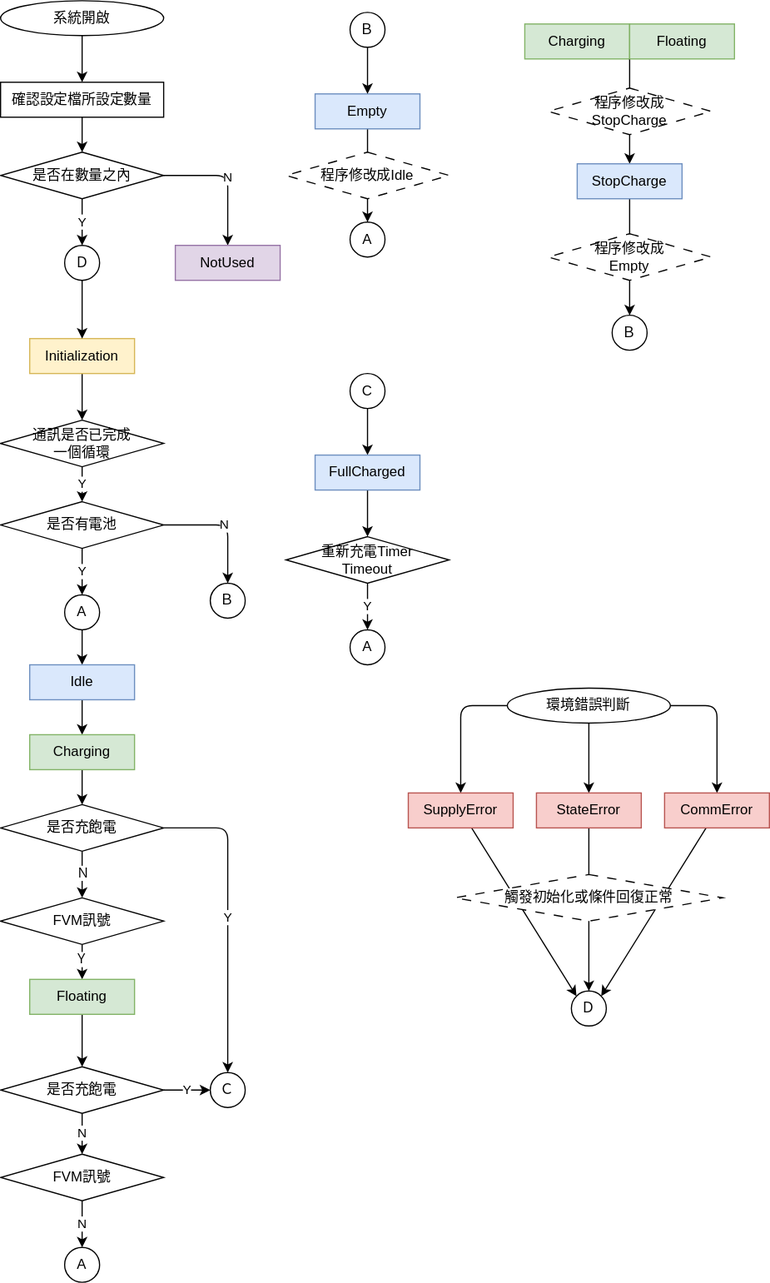
The draw.io diagram ChargerControlApp/Pictures/FlowChart/SlotStateMachineFlowChart.drawio.svg in isalan06/ChargerControlApp, before a commit. Source tidied: cells renumbered, new cells last; positions are measured from the earlier drawing's top-left corner, leaving out a move shared by most shapes. Its diagram source:
```xml
<mxGraphModel>
  <root>
    <mxCell id="0" />
    <mxCell id="1" parent="0" />
    <mxCell id="2" style="edgeStyle=none;html=1;entryX=0.5;entryY=0;entryDx=0;entryDy=0;" parent="1" edge="1" source="3" target="5">
      <mxGeometry relative="1" as="geometry" />
    </mxCell>
    <mxCell id="3" value="系統開啟" style="ellipse;whiteSpace=wrap;html=1;" parent="1" vertex="1">
      <mxGeometry width="140" height="30" as="geometry" />
    </mxCell>
    <mxCell id="4" style="edgeStyle=none;html=1;entryX=0.5;entryY=0;entryDx=0;entryDy=0;" parent="1" edge="1" source="5" target="8">
      <mxGeometry relative="1" as="geometry" />
    </mxCell>
    <mxCell id="5" value="確認設定檔所設定數量" style="rounded=0;whiteSpace=wrap;html=1;" parent="1" vertex="1">
      <mxGeometry y="70" width="140" height="30" as="geometry" />
    </mxCell>
    <mxCell id="6" value="N" style="edgeStyle=none;html=1;entryX=0.5;entryY=0;entryDx=0;entryDy=0;exitX=1;exitY=0.5;exitDx=0;exitDy=0;" parent="1" edge="1" source="8" target="11">
      <mxGeometry relative="1" as="geometry">
        <Array as="points">
          <mxPoint x="195" y="150" />
        </Array>
      </mxGeometry>
    </mxCell>
    <mxCell id="7" value="Y" style="edgeStyle=none;html=1;entryX=0.5;entryY=0;entryDx=0;entryDy=0;" parent="1" edge="1" source="8" target="73">
      <mxGeometry relative="1" as="geometry" />
    </mxCell>
    <mxCell id="8" value="是否在數量之內" style="rhombus;whiteSpace=wrap;html=1;" parent="1" vertex="1">
      <mxGeometry y="130" width="140" height="40" as="geometry" />
    </mxCell>
    <mxCell id="9" style="edgeStyle=none;html=1;" parent="1" edge="1" source="10" target="13">
      <mxGeometry relative="1" as="geometry" />
    </mxCell>
    <mxCell id="10" value="Initialization" style="rounded=0;whiteSpace=wrap;html=1;fillColor=#fff2cc;strokeColor=#d6b656;" parent="1" vertex="1">
      <mxGeometry x="25" y="290" width="90" height="30" as="geometry" />
    </mxCell>
    <mxCell id="11" value="NotUsed" style="rounded=0;whiteSpace=wrap;html=1;fillColor=#e1d5e7;strokeColor=#9673a6;" parent="1" vertex="1">
      <mxGeometry x="150" y="210" width="90" height="30" as="geometry" />
    </mxCell>
    <mxCell id="12" value="Y" style="edgeStyle=none;html=1;" parent="1" edge="1" source="13" target="16">
      <mxGeometry relative="1" as="geometry" />
    </mxCell>
    <mxCell id="13" value="通訊是否已完成&lt;div&gt;一個循環&lt;/div&gt;" style="rhombus;whiteSpace=wrap;html=1;" parent="1" vertex="1">
      <mxGeometry y="360" width="140" height="40" as="geometry" />
    </mxCell>
    <mxCell id="14" value="Y" style="edgeStyle=none;html=1;" parent="1" edge="1" source="16" target="18">
      <mxGeometry relative="1" as="geometry" />
    </mxCell>
    <mxCell id="15" value="N" style="edgeStyle=none;html=1;entryX=0.5;entryY=0;entryDx=0;entryDy=0;exitX=1;exitY=0.5;exitDx=0;exitDy=0;" parent="1" edge="1" source="16" target="21">
      <mxGeometry relative="1" as="geometry">
        <Array as="points">
          <mxPoint x="195" y="450" />
        </Array>
      </mxGeometry>
    </mxCell>
    <mxCell id="16" value="是否有電池" style="rhombus;whiteSpace=wrap;html=1;" parent="1" vertex="1">
      <mxGeometry y="430" width="140" height="40" as="geometry" />
    </mxCell>
    <mxCell id="17" style="edgeStyle=none;html=1;" parent="1" edge="1" source="18" target="20">
      <mxGeometry relative="1" as="geometry" />
    </mxCell>
    <mxCell id="18" value="A" style="ellipse;whiteSpace=wrap;html=1;" parent="1" vertex="1">
      <mxGeometry x="55" y="510" width="30" height="30" as="geometry" />
    </mxCell>
    <mxCell id="19" style="edgeStyle=none;html=1;" parent="1" edge="1" source="20" target="29">
      <mxGeometry relative="1" as="geometry" />
    </mxCell>
    <mxCell id="20" value="Idle" style="rounded=0;whiteSpace=wrap;html=1;fillColor=#dae8fc;strokeColor=#6c8ebf;" parent="1" vertex="1">
      <mxGeometry x="25" y="570" width="90" height="30" as="geometry" />
    </mxCell>
    <mxCell id="21" value="Ｂ" style="ellipse;whiteSpace=wrap;html=1;" parent="1" vertex="1">
      <mxGeometry x="180" y="500" width="30" height="30" as="geometry" />
    </mxCell>
    <mxCell id="22" style="edgeStyle=none;html=1;entryX=0.5;entryY=0;entryDx=0;entryDy=0;" parent="1" edge="1" source="23" target="26">
      <mxGeometry relative="1" as="geometry" />
    </mxCell>
    <mxCell id="23" value="Empty" style="rounded=0;whiteSpace=wrap;html=1;fillColor=#dae8fc;strokeColor=#6c8ebf;" parent="1" vertex="1">
      <mxGeometry x="270" y="80" width="90" height="30" as="geometry" />
    </mxCell>
    <mxCell id="24" style="edgeStyle=none;html=1;" parent="1" edge="1" source="25" target="23">
      <mxGeometry relative="1" as="geometry" />
    </mxCell>
    <mxCell id="25" value="Ｂ" style="ellipse;whiteSpace=wrap;html=1;" parent="1" vertex="1">
      <mxGeometry x="300" y="10" width="30" height="30" as="geometry" />
    </mxCell>
    <mxCell id="26" value="A" style="ellipse;whiteSpace=wrap;html=1;" parent="1" vertex="1">
      <mxGeometry x="300" y="190" width="30" height="30" as="geometry" />
    </mxCell>
    <mxCell id="27" value="程序修改成Idle" style="rhombus;whiteSpace=wrap;html=1;dashed=1;dashPattern=8 8;" parent="1" vertex="1">
      <mxGeometry x="245" y="130" width="140" height="40" as="geometry" />
    </mxCell>
    <mxCell id="28" style="edgeStyle=none;html=1;entryX=0.5;entryY=0;entryDx=0;entryDy=0;" parent="1" edge="1" source="29" target="38">
      <mxGeometry relative="1" as="geometry" />
    </mxCell>
    <mxCell id="29" value="Charging" style="rounded=0;whiteSpace=wrap;html=1;fillColor=#d5e8d4;strokeColor=#82b366;" parent="1" vertex="1">
      <mxGeometry x="25" y="630" width="90" height="30" as="geometry" />
    </mxCell>
    <mxCell id="30" style="edgeStyle=none;html=1;" parent="1" edge="1" source="32" target="34">
      <mxGeometry relative="1" as="geometry" />
    </mxCell>
    <mxCell id="31" value="Ｙ" style="edgeLabel;html=1;align=center;verticalAlign=middle;" parent="30" vertex="1">
      <mxGeometry x="-0.2" y="-2" relative="1" as="geometry" />
    </mxCell>
    <mxCell id="32" value="FVM訊號" style="rhombus;whiteSpace=wrap;html=1;" parent="1" vertex="1">
      <mxGeometry y="770" width="140" height="40" as="geometry" />
    </mxCell>
    <mxCell id="33" style="edgeStyle=none;html=1;" parent="1" edge="1" source="34" target="42">
      <mxGeometry relative="1" as="geometry" />
    </mxCell>
    <mxCell id="34" value="Floating" style="rounded=0;whiteSpace=wrap;html=1;fillColor=#d5e8d4;strokeColor=#82b366;" parent="1" vertex="1">
      <mxGeometry x="25" y="840" width="90" height="30" as="geometry" />
    </mxCell>
    <mxCell id="35" style="edgeStyle=none;html=1;entryX=0.5;entryY=0;entryDx=0;entryDy=0;" parent="1" edge="1" source="38" target="32">
      <mxGeometry relative="1" as="geometry" />
    </mxCell>
    <mxCell id="36" value="Ｎ" style="edgeLabel;html=1;align=center;verticalAlign=middle;" parent="35" vertex="1">
      <mxGeometry x="-0.05" relative="1" as="geometry" />
    </mxCell>
    <mxCell id="37" value="Y" style="edgeStyle=none;html=1;entryX=0.5;entryY=0;entryDx=0;entryDy=0;exitX=1;exitY=0.5;exitDx=0;exitDy=0;" parent="1" edge="1" source="38" target="39">
      <mxGeometry relative="1" as="geometry">
        <Array as="points">
          <mxPoint x="195" y="710" />
        </Array>
      </mxGeometry>
    </mxCell>
    <mxCell id="38" value="是否充飽電" style="rhombus;whiteSpace=wrap;html=1;" parent="1" vertex="1">
      <mxGeometry y="690" width="140" height="40" as="geometry" />
    </mxCell>
    <mxCell id="39" value="Ｃ" style="ellipse;whiteSpace=wrap;html=1;" parent="1" vertex="1">
      <mxGeometry x="180" y="920" width="30" height="30" as="geometry" />
    </mxCell>
    <mxCell id="40" value="Y" style="edgeStyle=none;html=1;" parent="1" edge="1" source="42" target="39">
      <mxGeometry relative="1" as="geometry" />
    </mxCell>
    <mxCell id="41" value="N" style="edgeStyle=none;html=1;" parent="1" edge="1" source="42" target="44">
      <mxGeometry relative="1" as="geometry" />
    </mxCell>
    <mxCell id="42" value="是否充飽電" style="rhombus;whiteSpace=wrap;html=1;" parent="1" vertex="1">
      <mxGeometry y="915" width="140" height="40" as="geometry" />
    </mxCell>
    <mxCell id="43" value="N" style="edgeStyle=none;html=1;" parent="1" edge="1" source="44" target="45">
      <mxGeometry relative="1" as="geometry" />
    </mxCell>
    <mxCell id="44" value="FVM訊號" style="rhombus;whiteSpace=wrap;html=1;" parent="1" vertex="1">
      <mxGeometry y="990" width="140" height="40" as="geometry" />
    </mxCell>
    <mxCell id="45" value="A" style="ellipse;whiteSpace=wrap;html=1;" parent="1" vertex="1">
      <mxGeometry x="55" y="1070" width="30" height="30" as="geometry" />
    </mxCell>
    <mxCell id="46" value="Charging" style="rounded=0;whiteSpace=wrap;html=1;fillColor=#d5e8d4;strokeColor=#82b366;" parent="1" vertex="1">
      <mxGeometry x="450" y="20" width="90" height="30" as="geometry" />
    </mxCell>
    <mxCell id="47" style="edgeStyle=none;html=1;exitX=0;exitY=1;exitDx=0;exitDy=0;" parent="1" edge="1" source="48" target="51">
      <mxGeometry relative="1" as="geometry" />
    </mxCell>
    <mxCell id="48" value="Floating" style="rounded=0;whiteSpace=wrap;html=1;fillColor=#d5e8d4;strokeColor=#82b366;" parent="1" vertex="1">
      <mxGeometry x="540" y="20" width="90" height="30" as="geometry" />
    </mxCell>
    <mxCell id="49" value="程序修改成&lt;div&gt;StopCharge&lt;/div&gt;" style="rhombus;whiteSpace=wrap;html=1;dashed=1;dashPattern=8 8;" parent="1" vertex="1">
      <mxGeometry x="470" y="75" width="140" height="40" as="geometry" />
    </mxCell>
    <mxCell id="50" style="edgeStyle=none;html=1;" parent="1" edge="1" source="51" target="53">
      <mxGeometry relative="1" as="geometry" />
    </mxCell>
    <mxCell id="51" value="StopCharge" style="rounded=0;whiteSpace=wrap;html=1;fillColor=#dae8fc;strokeColor=#6c8ebf;" parent="1" vertex="1">
      <mxGeometry x="495" y="140" width="90" height="30" as="geometry" />
    </mxCell>
    <mxCell id="52" value="程序修改成&lt;div&gt;Empty&lt;/div&gt;" style="rhombus;whiteSpace=wrap;html=1;dashed=1;dashPattern=8 8;" parent="1" vertex="1">
      <mxGeometry x="470" y="200" width="140" height="40" as="geometry" />
    </mxCell>
    <mxCell id="53" value="Ｂ" style="ellipse;whiteSpace=wrap;html=1;" parent="1" vertex="1">
      <mxGeometry x="525" y="270" width="30" height="30" as="geometry" />
    </mxCell>
    <mxCell id="54" style="edgeStyle=none;html=1;" parent="1" edge="1" source="55" target="57">
      <mxGeometry relative="1" as="geometry" />
    </mxCell>
    <mxCell id="55" value="C" style="ellipse;whiteSpace=wrap;html=1;" parent="1" vertex="1">
      <mxGeometry x="300" y="320" width="30" height="30" as="geometry" />
    </mxCell>
    <mxCell id="56" style="edgeStyle=none;html=1;" parent="1" edge="1" source="57" target="59">
      <mxGeometry relative="1" as="geometry" />
    </mxCell>
    <mxCell id="57" value="FullCharged" style="rounded=0;whiteSpace=wrap;html=1;fillColor=#dae8fc;strokeColor=#6c8ebf;" parent="1" vertex="1">
      <mxGeometry x="270" y="390" width="90" height="30" as="geometry" />
    </mxCell>
    <mxCell id="58" value="Y" style="edgeStyle=none;html=1;" parent="1" edge="1" source="59" target="60">
      <mxGeometry relative="1" as="geometry" />
    </mxCell>
    <mxCell id="59" value="重新充電Timer&lt;div&gt;Timeout&lt;/div&gt;" style="rhombus;whiteSpace=wrap;html=1;" parent="1" vertex="1">
      <mxGeometry x="245" y="460" width="140" height="40" as="geometry" />
    </mxCell>
    <mxCell id="60" value="A" style="ellipse;whiteSpace=wrap;html=1;" parent="1" vertex="1">
      <mxGeometry x="300" y="540" width="30" height="30" as="geometry" />
    </mxCell>
    <mxCell id="61" style="edgeStyle=none;html=1;entryX=0.5;entryY=0;entryDx=0;entryDy=0;exitX=0;exitY=0.5;exitDx=0;exitDy=0;" parent="1" edge="1" source="64" target="66">
      <mxGeometry relative="1" as="geometry">
        <Array as="points">
          <mxPoint x="395" y="605" />
        </Array>
      </mxGeometry>
    </mxCell>
    <mxCell id="62" style="edgeStyle=none;html=1;entryX=0.5;entryY=0;entryDx=0;entryDy=0;exitX=1;exitY=0.5;exitDx=0;exitDy=0;" parent="1" edge="1" source="64" target="70">
      <mxGeometry relative="1" as="geometry">
        <Array as="points">
          <mxPoint x="615" y="605" />
        </Array>
      </mxGeometry>
    </mxCell>
    <mxCell id="63" style="edgeStyle=none;html=1;" parent="1" edge="1" source="64" target="68">
      <mxGeometry relative="1" as="geometry" />
    </mxCell>
    <mxCell id="64" value="環境錯誤判斷" style="ellipse;whiteSpace=wrap;html=1;" parent="1" vertex="1">
      <mxGeometry x="435" y="590" width="140" height="30" as="geometry" />
    </mxCell>
    <mxCell id="65" style="edgeStyle=none;html=1;entryX=0;entryY=0;entryDx=0;entryDy=0;" parent="1" edge="1" source="66" target="74">
      <mxGeometry relative="1" as="geometry" />
    </mxCell>
    <mxCell id="66" value="SupplyError" style="rounded=0;whiteSpace=wrap;html=1;fillColor=#f8cecc;strokeColor=#b85450;" parent="1" vertex="1">
      <mxGeometry x="350" y="680" width="90" height="30" as="geometry" />
    </mxCell>
    <mxCell id="67" style="edgeStyle=none;html=1;" parent="1" edge="1" source="68">
      <mxGeometry relative="1" as="geometry">
        <mxPoint x="505" y="850" as="targetPoint" />
      </mxGeometry>
    </mxCell>
    <mxCell id="68" value="StateError" style="rounded=0;whiteSpace=wrap;html=1;fillColor=#f8cecc;strokeColor=#b85450;" parent="1" vertex="1">
      <mxGeometry x="460" y="680" width="90" height="30" as="geometry" />
    </mxCell>
    <mxCell id="69" style="edgeStyle=none;html=1;entryX=1;entryY=0;entryDx=0;entryDy=0;" parent="1" edge="1" source="70" target="74">
      <mxGeometry relative="1" as="geometry" />
    </mxCell>
    <mxCell id="70" value="CommError" style="rounded=0;whiteSpace=wrap;html=1;fillColor=#f8cecc;strokeColor=#b85450;" parent="1" vertex="1">
      <mxGeometry x="570" y="680" width="90" height="30" as="geometry" />
    </mxCell>
    <mxCell id="71" value="觸發初始化或條件回復正常" style="rhombus;whiteSpace=wrap;html=1;dashed=1;dashPattern=8 8;" parent="1" vertex="1">
      <mxGeometry x="390" y="750" width="230" height="40" as="geometry" />
    </mxCell>
    <mxCell id="72" style="edgeStyle=none;html=1;" parent="1" edge="1" source="73" target="10">
      <mxGeometry relative="1" as="geometry" />
    </mxCell>
    <mxCell id="73" value="Ｄ" style="ellipse;whiteSpace=wrap;html=1;" parent="1" vertex="1">
      <mxGeometry x="55" y="210" width="30" height="30" as="geometry" />
    </mxCell>
    <mxCell id="74" value="Ｄ" style="ellipse;whiteSpace=wrap;html=1;" parent="1" vertex="1">
      <mxGeometry x="490" y="850" width="30" height="30" as="geometry" />
    </mxCell>
  </root>
</mxGraphModel>
```
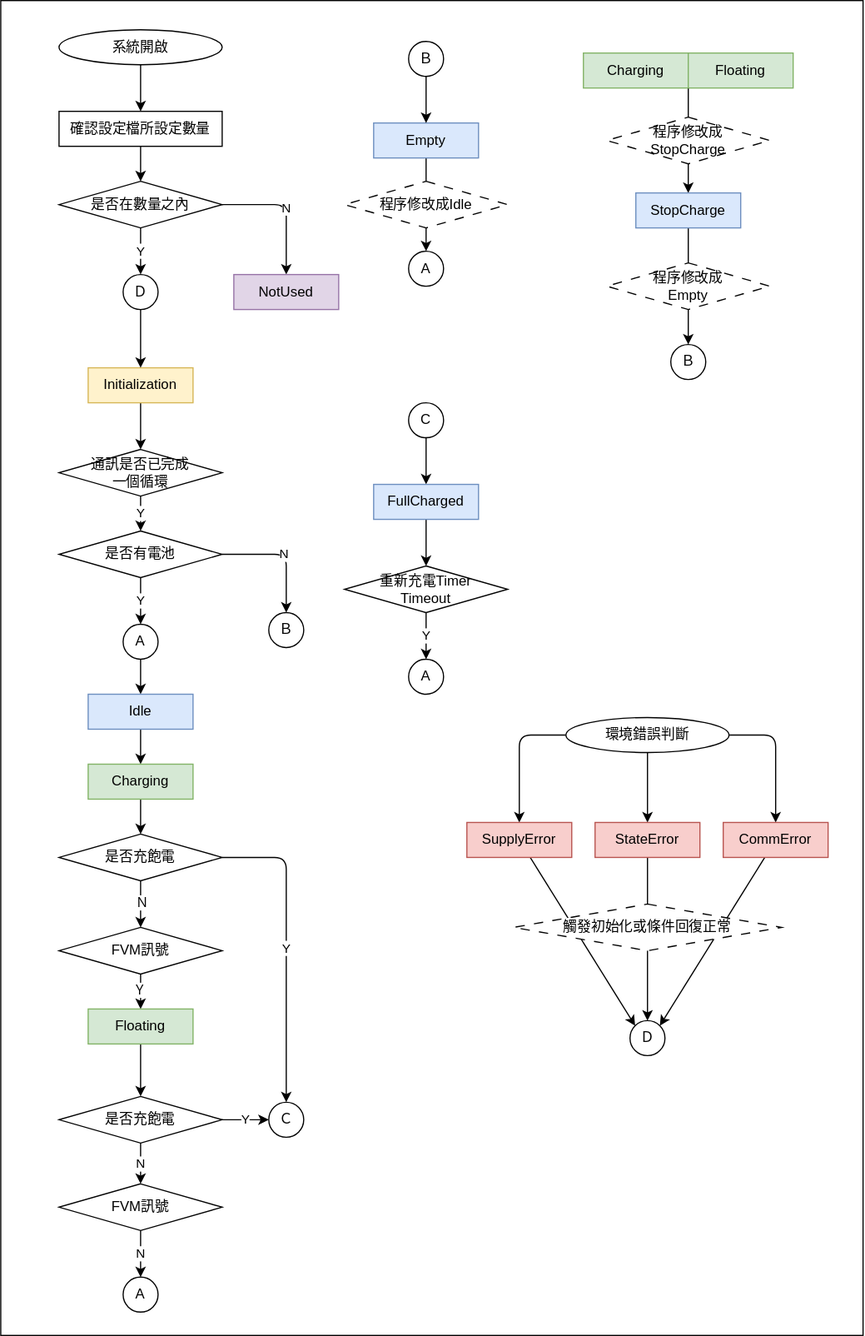
Later version of the same file.

The edit, as a diff of the source:
```diff
@@ -2,6 +2,9 @@
   <root>
     <mxCell id="0" />
     <mxCell id="1" parent="0" />
+    <mxCell id="75" style="rounded=0;whiteSpace=wrap;html=1;" parent="1" vertex="1">
+      <mxGeometry x="-50" y="-25" width="740" height="1145" as="geometry" />
+    </mxCell>
     <mxCell id="2" style="edgeStyle=none;html=1;entryX=0.5;entryY=0;entryDx=0;entryDy=0;" parent="1" edge="1" source="3" target="5">
       <mxGeometry relative="1" as="geometry" />
     </mxCell>
```
